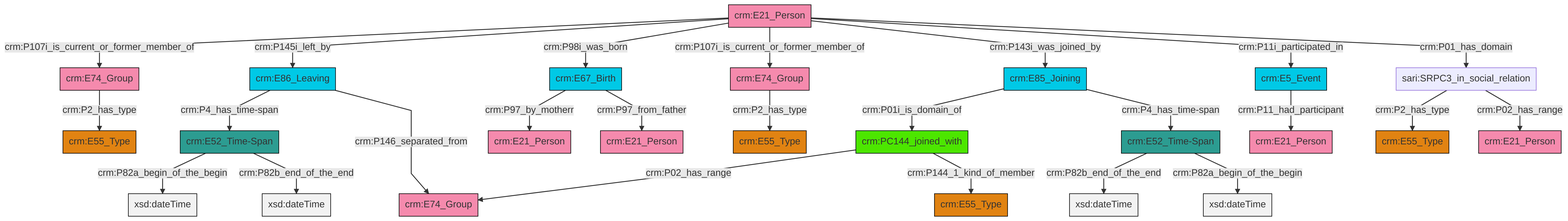
Before: et/personCSV/ttl/mmd/png/Person_Actor_Relations.png, a diagram exported from Mermaid (swiss-art-research-net/reference-data-models). Its source is kept beside it as et/personCSV/ttl/mmd/Person_Actor_Relations.ttl.mmd.
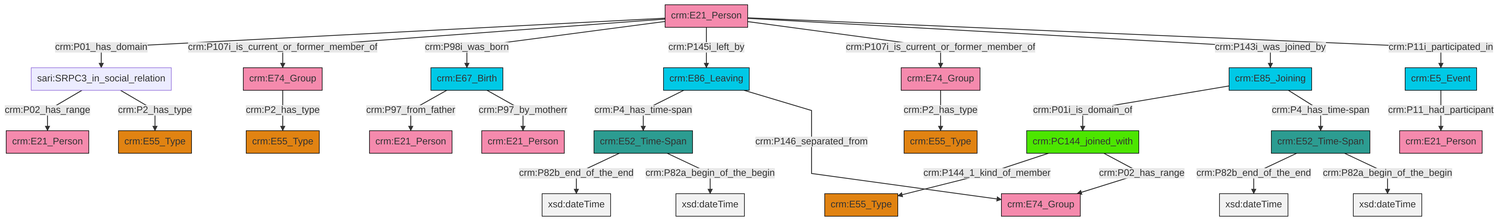
Later version of the same file.

Change to the diagram source:
```diff
@@ -13,27 +13,27 @@
 classDef PC_Classes fill:#4ce600, stroke:#000000;
 classDef Multi fill:#cccccc,stroke:#000000;
 
-0["crm:E21_Person"]:::Actor -->|crm:P107i_is_current_or_former_member_of| 1["crm:E74_Group"]:::Actor
-4["crm:PC144_joined_with"]:::PC_Classes -->|crm:P02_has_range| 5["crm:E74_Group"]:::Actor
-6["crm:E52_Time-Span"]:::Time-Span -->|crm:P82b_end_of_the_end| 7[xsd:dateTime]:::Literal
-2["crm:E86_Leaving"]:::Temporal_Entity -->|crm:P4_has_time-span| 8["crm:E52_Time-Span"]:::Time-Span
-12["sari:SRPC3_in_social_relation"]:::Default -->|crm:P2_has_type| 13["crm:E55_Type"]:::Type
-8["crm:E52_Time-Span"]:::Time-Span -->|crm:P82a_begin_of_the_begin| 14[xsd:dateTime]:::Literal
-8["crm:E52_Time-Span"]:::Time-Span -->|crm:P82b_end_of_the_end| 20[xsd:dateTime]:::Literal
-6["crm:E52_Time-Span"]:::Time-Span -->|crm:P82a_begin_of_the_begin| 21[xsd:dateTime]:::Literal
-22["crm:E67_Birth"]:::Temporal_Entity -->|crm:P97_by_motherr| 23["crm:E21_Person"]:::Actor
-1["crm:E74_Group"]:::Actor -->|crm:P2_has_type| 10["crm:E55_Type"]:::Type
-22["crm:E67_Birth"]:::Temporal_Entity -->|crm:P97_from_father| 28["crm:E21_Person"]:::Actor
-2["crm:E86_Leaving"]:::Temporal_Entity -->|crm:P146_separated_from| 5["crm:E74_Group"]:::Actor
-0["crm:E21_Person"]:::Actor -->|crm:P145i_left_by| 2["crm:E86_Leaving"]:::Temporal_Entity
-0["crm:E21_Person"]:::Actor -->|crm:P98i_was_born| 22["crm:E67_Birth"]:::Temporal_Entity
-0["crm:E21_Person"]:::Actor -->|crm:P107i_is_current_or_former_member_of| 29["crm:E74_Group"]:::Actor
-29["crm:E74_Group"]:::Actor -->|crm:P2_has_type| 33["crm:E55_Type"]:::Type
-0["crm:E21_Person"]:::Actor -->|crm:P143i_was_joined_by| 31["crm:E85_Joining"]:::Temporal_Entity
-12["sari:SRPC3_in_social_relation"]:::Default -->|crm:P02_has_range| 35["crm:E21_Person"]:::Actor
-0["crm:E21_Person"]:::Actor -->|crm:P11i_participated_in| 37["crm:E5_Event"]:::Temporal_Entity
-31["crm:E85_Joining"]:::Temporal_Entity -->|crm:P01i_is_domain_of| 4["crm:PC144_joined_with"]:::PC_Classes
-31["crm:E85_Joining"]:::Temporal_Entity -->|crm:P4_has_time-span| 6["crm:E52_Time-Span"]:::Time-Span
-37["crm:E5_Event"]:::Temporal_Entity -->|crm:P11_had_participant| 39["crm:E21_Person"]:::Actor
-4["crm:PC144_joined_with"]:::PC_Classes -->|crm:P144_1_kind_of_member| 16["crm:E55_Type"]:::Type
-0["crm:E21_Person"]:::Actor -->|crm:P01_has_domain| 12["sari:SRPC3_in_social_relation"]:::Default
+0["crm:E86_Leaving"]:::Temporal_Entity -->|crm:P4_has_time-span| 1["crm:E52_Time-Span"]:::Time-Span
+2["crm:E85_Joining"]:::Temporal_Entity -->|crm:P01i_is_domain_of| 3["crm:PC144_joined_with"]:::PC_Classes
+4["crm:E67_Birth"]:::Temporal_Entity -->|crm:P97_from_father| 5["crm:E21_Person"]:::Actor
+6["crm:E21_Person"]:::Actor -->|crm:P01_has_domain| 7["sari:SRPC3_in_social_relation"]:::Default
+3["crm:PC144_joined_with"]:::PC_Classes -->|crm:P144_1_kind_of_member| 12["crm:E55_Type"]:::Type
+1["crm:E52_Time-Span"]:::Time-Span -->|crm:P82b_end_of_the_end| 15[xsd:dateTime]:::Literal
+7["sari:SRPC3_in_social_relation"]:::Default -->|crm:P02_has_range| 23["crm:E21_Person"]:::Actor
+6["crm:E21_Person"]:::Actor -->|crm:P107i_is_current_or_former_member_of| 28["crm:E74_Group"]:::Actor
+6["crm:E21_Person"]:::Actor -->|crm:P98i_was_born| 4["crm:E67_Birth"]:::Temporal_Entity
+10["crm:E5_Event"]:::Temporal_Entity -->|crm:P11_had_participant| 32["crm:E21_Person"]:::Actor
+6["crm:E21_Person"]:::Actor -->|crm:P145i_left_by| 0["crm:E86_Leaving"]:::Temporal_Entity
+6["crm:E21_Person"]:::Actor -->|crm:P107i_is_current_or_former_member_of| 8["crm:E74_Group"]:::Actor
+4["crm:E67_Birth"]:::Temporal_Entity -->|crm:P97_by_motherr| 26["crm:E21_Person"]:::Actor
+37["crm:E52_Time-Span"]:::Time-Span -->|crm:P82b_end_of_the_end| 38[xsd:dateTime]:::Literal
+28["crm:E74_Group"]:::Actor -->|crm:P2_has_type| 24["crm:E55_Type"]:::Type
+1["crm:E52_Time-Span"]:::Time-Span -->|crm:P82a_begin_of_the_begin| 41[xsd:dateTime]:::Literal
+37["crm:E52_Time-Span"]:::Time-Span -->|crm:P82a_begin_of_the_begin| 42[xsd:dateTime]:::Literal
+7["sari:SRPC3_in_social_relation"]:::Default -->|crm:P2_has_type| 13["crm:E55_Type"]:::Type
+3["crm:PC144_joined_with"]:::PC_Classes -->|crm:P02_has_range| 18["crm:E74_Group"]:::Actor
+6["crm:E21_Person"]:::Actor -->|crm:P143i_was_joined_by| 2["crm:E85_Joining"]:::Temporal_Entity
+8["crm:E74_Group"]:::Actor -->|crm:P2_has_type| 33["crm:E55_Type"]:::Type
+2["crm:E85_Joining"]:::Temporal_Entity -->|crm:P4_has_time-span| 37["crm:E52_Time-Span"]:::Time-Span
+6["crm:E21_Person"]:::Actor -->|crm:P11i_participated_in| 10["crm:E5_Event"]:::Temporal_Entity
+0["crm:E86_Leaving"]:::Temporal_Entity -->|crm:P146_separated_from| 18["crm:E74_Group"]:::Actor
```
